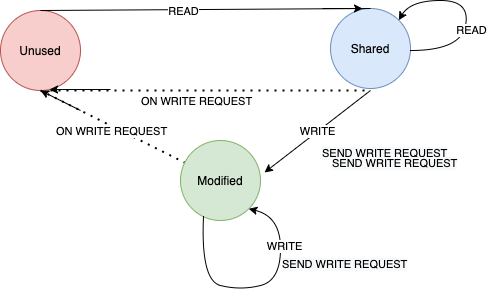
Above: images/3states.png in Amutheezan/amutheezan.github.io (draw.io), before the change. Source tidied: cells renumbered, new cells last; positions are measured from the earlier drawing's top-left corner, leaving out a move shared by most shapes. Its diagram source:
```xml
<mxGraphModel>
  <root>
    <mxCell id="0" />
    <mxCell id="1" parent="0" />
    <mxCell id="2" value="Unused" style="ellipse;whiteSpace=wrap;html=1;fillColor=#f8cecc;strokeColor=#b85450;" parent="1" vertex="1">
      <mxGeometry y="10" width="80" height="80" as="geometry" />
    </mxCell>
    <mxCell id="3" value="Shared" style="ellipse;whiteSpace=wrap;html=1;fillColor=#dae8fc;strokeColor=#6c8ebf;" parent="1" vertex="1">
      <mxGeometry x="330" y="8" width="80" height="80" as="geometry" />
    </mxCell>
    <mxCell id="4" style="endArrow=none;html=1;exitX=0.5;exitY=0;exitDx=0;exitDy=0;" parent="1" edge="1" source="2">
      <mxGeometry relative="1" as="geometry">
        <mxPoint x="370" y="8" as="targetPoint" />
      </mxGeometry>
    </mxCell>
    <mxCell id="5" value="READ" style="edgeLabel;html=1;align=center;verticalAlign=middle;" parent="4" vertex="1">
      <mxGeometry x="-0.37" y="-3" relative="1" as="geometry">
        <mxPoint x="38" y="-2" as="offset" />
      </mxGeometry>
    </mxCell>
    <mxCell id="6" style="endArrow=none;dashed=1;html=1;dashPattern=1 3;strokeWidth=2;exitX=0.5;exitY=1;exitDx=0;exitDy=0;" parent="1" edge="1" source="2" target="12">
      <mxGeometry relative="1" as="geometry" />
    </mxCell>
    <mxCell id="7" value="ON WRITE REQUEST" style="edgeLabel;html=1;align=center;verticalAlign=middle;" parent="6" vertex="1">
      <mxGeometry x="-0.15" y="-1" relative="1" as="geometry">
        <mxPoint x="10" y="9" as="offset" />
      </mxGeometry>
    </mxCell>
    <mxCell id="8" style="endArrow=classic;html=1;entryX=0.5;entryY=1;entryDx=0;entryDy=0;" parent="1" edge="1" target="2">
      <mxGeometry relative="1" as="geometry">
        <mxPoint x="80" y="110" as="sourcePoint" />
      </mxGeometry>
    </mxCell>
    <mxCell id="9" style="endArrow=classic;html=1;" parent="1" edge="1">
      <mxGeometry relative="1" as="geometry">
        <mxPoint x="322" y="8" as="sourcePoint" />
        <mxPoint x="362" y="8" as="targetPoint" />
      </mxGeometry>
    </mxCell>
    <mxCell id="10" style="curved=1;endArrow=classic;html=1;entryX=1;entryY=0;entryDx=0;entryDy=0;" parent="1" edge="1" target="3">
      <mxGeometry relative="1" as="geometry">
        <mxPoint x="410" y="50" as="sourcePoint" />
        <Array as="points">
          <mxPoint x="460" y="50" />
          <mxPoint x="470" />
          <mxPoint x="410" />
        </Array>
      </mxGeometry>
    </mxCell>
    <mxCell id="11" value="READ" style="edgeLabel;html=1;align=center;verticalAlign=middle;" parent="1" vertex="1">
      <mxGeometry x="470" y="30" as="geometry" />
    </mxCell>
    <mxCell id="12" value="Modified" style="ellipse;whiteSpace=wrap;html=1;fillColor=#d5e8d4;strokeColor=#82b366;" parent="1" vertex="1">
      <mxGeometry x="180" y="140" width="80" height="80" as="geometry" />
    </mxCell>
    <mxCell id="13" style="endArrow=none;dashed=1;html=1;dashPattern=1 3;strokeWidth=2;" parent="1" edge="1">
      <mxGeometry relative="1" as="geometry">
        <mxPoint x="50" y="90" as="sourcePoint" />
        <mxPoint x="370" y="90" as="targetPoint" />
      </mxGeometry>
    </mxCell>
    <mxCell id="14" value="ON WRITE REQUEST" style="edgeLabel;html=1;align=center;verticalAlign=middle;" parent="13" vertex="1">
      <mxGeometry x="-0.15" y="-1" relative="1" as="geometry">
        <mxPoint x="10" y="9" as="offset" />
      </mxGeometry>
    </mxCell>
    <mxCell id="15" style="endArrow=classic;html=1;entryX=0.613;entryY=0.988;entryDx=0;entryDy=0;entryPerimeter=0;" parent="1" edge="1" target="2">
      <mxGeometry relative="1" as="geometry">
        <mxPoint x="110" y="89" as="sourcePoint" />
      </mxGeometry>
    </mxCell>
    <mxCell id="16" value="WRITE" style="endArrow=classic;html=1;entryX=1.05;entryY=0.4;entryDx=0;entryDy=0;entryPerimeter=0;" parent="1" edge="1" target="12">
      <mxGeometry relative="1" as="geometry">
        <mxPoint x="370" y="90" as="sourcePoint" />
      </mxGeometry>
    </mxCell>
    <mxCell id="17" value="&lt;span style=&quot;color: rgb(0 , 0 , 0) ; font-family: &amp;#34;helvetica&amp;#34; ; font-size: 11px ; font-style: normal ; font-weight: 400 ; letter-spacing: normal ; text-align: center ; text-indent: 0px ; text-transform: none ; word-spacing: 0px ; background-color: rgb(248 , 249 , 250) ; display: inline ; float: none&quot;&gt;SEND WRITE REQUEST&lt;br&gt;&lt;br&gt;&lt;/span&gt;" style="text;whiteSpace=wrap;html=1;" parent="1" vertex="1">
      <mxGeometry x="320" y="139" width="140" height="30" as="geometry" />
    </mxCell>
    <mxCell id="18" style="curved=1;endArrow=classic;html=1;exitX=0.288;exitY=0.938;exitDx=0;exitDy=0;exitPerimeter=0;entryX=1;entryY=1;entryDx=0;entryDy=0;" parent="1" edge="1" source="12" target="12">
      <mxGeometry relative="1" as="geometry">
        <Array as="points">
          <mxPoint x="200" y="280" />
          <mxPoint x="240" y="290" />
          <mxPoint x="280" y="280" />
          <mxPoint x="280" y="216" />
        </Array>
      </mxGeometry>
    </mxCell>
    <mxCell id="19" value="WRITE" style="edgeLabel;html=1;align=center;verticalAlign=middle;" parent="18" vertex="1">
      <mxGeometry x="0.49" y="-3" relative="1" as="geometry" />
    </mxCell>
    <mxCell id="20" value="&lt;span style=&quot;color: rgb(0 , 0 , 0) ; font-family: &amp;#34;helvetica&amp;#34; ; font-size: 11px ; font-style: normal ; font-weight: 400 ; letter-spacing: normal ; text-align: center ; text-indent: 0px ; text-transform: none ; word-spacing: 0px ; background-color: rgb(248 , 249 , 250) ; display: inline ; float: none&quot;&gt;SEND WRITE REQUEST&lt;br&gt;&lt;br&gt;&lt;/span&gt;" style="text;whiteSpace=wrap;html=1;" parent="1" vertex="1">
      <mxGeometry x="330" y="149" width="140" height="30" as="geometry" />
    </mxCell>
    <mxCell id="21" value="&lt;span style=&quot;color: rgb(0 , 0 , 0) ; font-family: &amp;#34;helvetica&amp;#34; ; font-size: 11px ; font-style: normal ; font-weight: 400 ; letter-spacing: normal ; text-align: center ; text-indent: 0px ; text-transform: none ; word-spacing: 0px ; background-color: rgb(248 , 249 , 250) ; display: inline ; float: none&quot;&gt;SEND WRITE REQUEST&lt;br&gt;&lt;br&gt;&lt;/span&gt;" style="text;whiteSpace=wrap;html=1;" parent="1" vertex="1">
      <mxGeometry x="280" y="250" width="140" height="30" as="geometry" />
    </mxCell>
  </root>
</mxGraphModel>
```
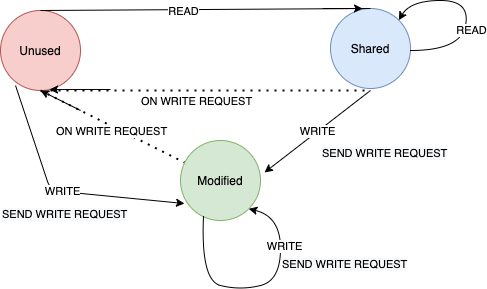
Above is the later version.

Change to the diagram source:
```diff
@@ -91,10 +91,17 @@
       <mxGeometry x="0.49" y="-3" relative="1" as="geometry" />
     </mxCell>
     <mxCell id="20" value="&lt;span style=&quot;color: rgb(0 , 0 , 0) ; font-family: &amp;#34;helvetica&amp;#34; ; font-size: 11px ; font-style: normal ; font-weight: 400 ; letter-spacing: normal ; text-align: center ; text-indent: 0px ; text-transform: none ; word-spacing: 0px ; background-color: rgb(248 , 249 , 250) ; display: inline ; float: none&quot;&gt;SEND WRITE REQUEST&lt;br&gt;&lt;br&gt;&lt;/span&gt;" style="text;whiteSpace=wrap;html=1;" parent="1" vertex="1">
-      <mxGeometry x="330" y="149" width="140" height="30" as="geometry" />
+      <mxGeometry x="280" y="250" width="140" height="30" as="geometry" />
     </mxCell>
-    <mxCell id="21" value="&lt;span style=&quot;color: rgb(0 , 0 , 0) ; font-family: &amp;#34;helvetica&amp;#34; ; font-size: 11px ; font-style: normal ; font-weight: 400 ; letter-spacing: normal ; text-align: center ; text-indent: 0px ; text-transform: none ; word-spacing: 0px ; background-color: rgb(248 , 249 , 250) ; display: inline ; float: none&quot;&gt;SEND WRITE REQUEST&lt;br&gt;&lt;br&gt;&lt;/span&gt;" style="text;whiteSpace=wrap;html=1;" parent="1" vertex="1">
-      <mxGeometry x="280" y="250" width="140" height="30" as="geometry" />
+    <mxCell id="21" value="WRITE" style="endArrow=classic;html=1;entryX=0.05;entryY=0.788;entryDx=0;entryDy=0;entryPerimeter=0;exitX=0.188;exitY=0.938;exitDx=0;exitDy=0;exitPerimeter=0;" parent="1" edge="1" source="2" target="12">
+      <mxGeometry relative="1" as="geometry">
+        <Array as="points">
+          <mxPoint x="50" y="190" />
+        </Array>
+      </mxGeometry>
     </mxCell>
+    <mxCell id="22" value="&lt;span style=&quot;color: rgb(0 , 0 , 0) ; font-family: &amp;#34;helvetica&amp;#34; ; font-size: 11px ; font-style: normal ; font-weight: 400 ; letter-spacing: normal ; text-align: center ; text-indent: 0px ; text-transform: none ; word-spacing: 0px ; background-color: rgb(248 , 249 , 250) ; display: inline ; float: none&quot;&gt;SEND WRITE REQUEST&lt;br&gt;&lt;br&gt;&lt;/span&gt;" style="text;whiteSpace=wrap;html=1;" parent="1" vertex="1">
+      <mxGeometry y="200" width="140" height="30" as="geometry" />
+    </mxCell>
   </root>
 </mxGraphModel>
```
